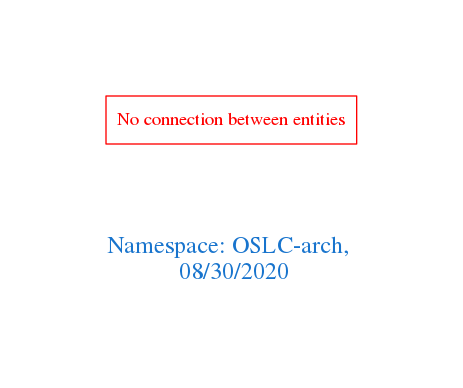
arago/OGIT keeps this Graphviz diagram as downloads/OSLC-arch.png. Above is the earlier version. Its source is kept beside it as downloads/OSLC-arch.dot. Its diagram source:
```dot
digraph OGIT_ontology {
 graph [ rankdir= LR,pad=1
fontsize = 18,
fontcolor= dodgerblue3,label = "\n\n\nNamespace: OSLC-arch, \n 08/30/2020"];
node[shape=polygon];
edge [  color="gray81"];

"No connection between entities" [fontcolor = "red",color="red", shape="polygon"]
}
```
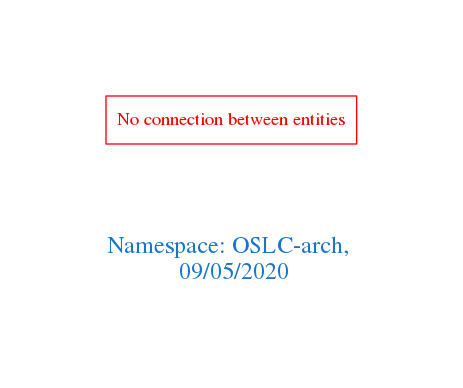
Above is the later version.

The edit, as a diff of the source:
```diff
@@ -1,7 +1,7 @@
 digraph OGIT_ontology {
  graph [ rankdir= LR,pad=1
 fontsize = 18,
-fontcolor= dodgerblue3,label = "\n\n\nNamespace: OSLC-arch, \n 08/30/2020"];
+fontcolor= dodgerblue3,label = "\n\n\nNamespace: OSLC-arch, \n 09/05/2020"];
 node[shape=polygon];
 edge [  color="gray81"];
 
```
